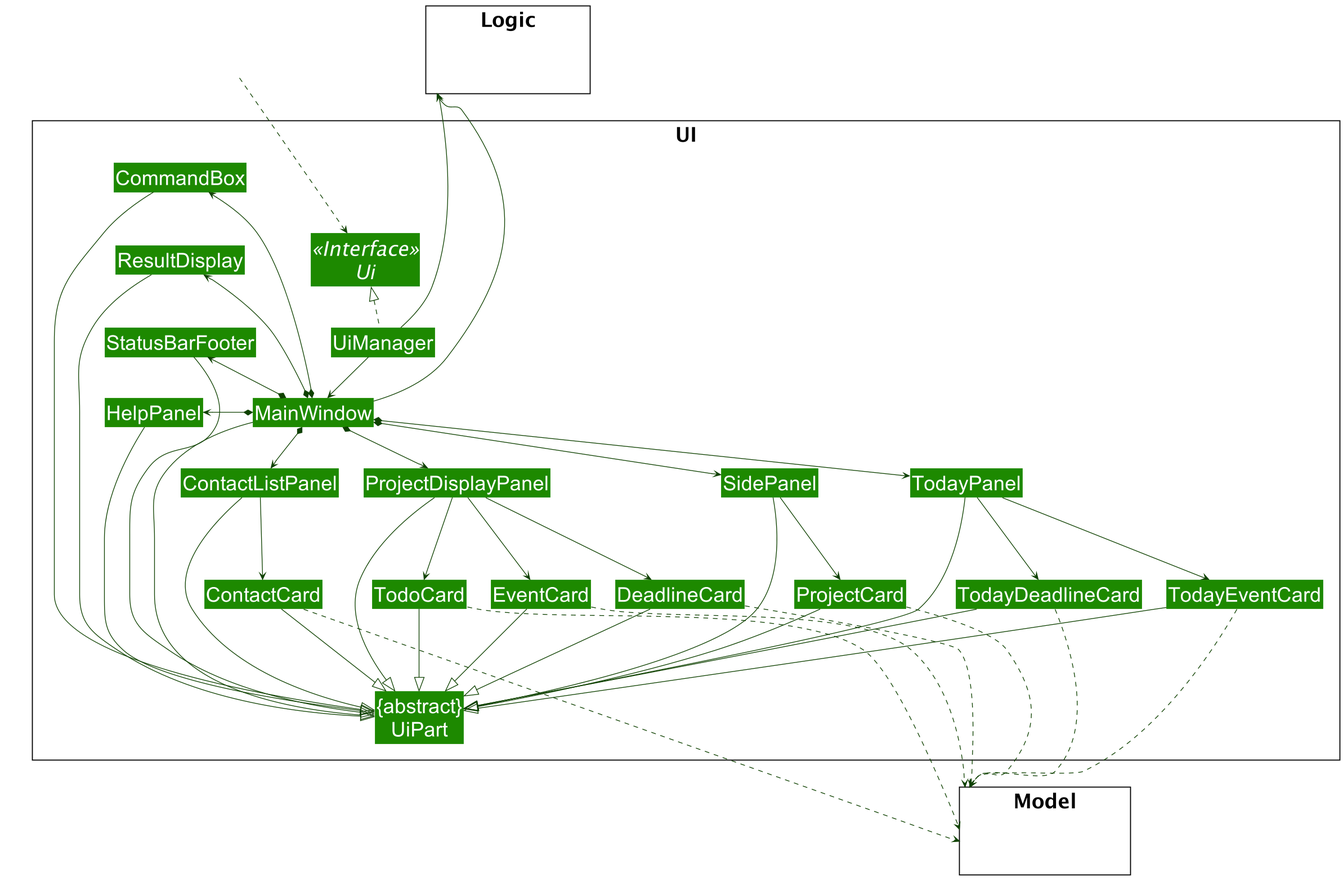
The PlantUML diagram docs/images/UiClassDiagram.png in nus-cs2103-AY2021S2/tp, before a commit.
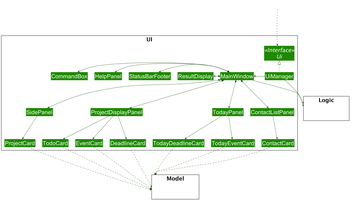
After the commit.

What changed in the source:
```diff
@@ -7,7 +7,6 @@
 
 package UI <<Rectangle>>{
 Interface Ui <<Interface>>
-Class "{abstract}\nUiPart" as UiPart
 Class UiManager
 Class MainWindow
 Class SidePanel
@@ -36,37 +35,19 @@
 }
 
 Class HiddenOutside #FFFFFF
-HiddenOutside ...> Ui
-
-UI -[hidden]up- HiddenOutside
+HiddenOutside ..> Ui
 
 UiManager .up.|> Ui
-UiManager -down-> MainWindow
+UiManager -left--> MainWindow
 
-MainWindow *-left> HelpPanel
-MainWindow *-left> CommandBox
-MainWindow *-left> ResultDisplay
-MainWindow *-left> StatusBarFooter
-MainWindow *-down> SidePanel
-MainWindow *-down> TodayPanel
-MainWindow *-right> ProjectDisplayPanel
-MainWindow *-down-> ContactListPanel
-
-ResultDisplay ---|> UiPart
-CommandBox ---|> UiPart
-ContactListPanel ---|> UiPart
-ContactCard ---|> UiPart
-SidePanel ---|> UiPart
-ProjectCard ---|> UiPart
-TodayPanel ---|> UiPart
-ProjectDisplayPanel ---|> UiPart
-StatusBarFooter ---|> UiPart
-TodayEventCard ---|> UiPart
-TodayDeadlineCard ---|> UiPart
-EventCard ---|> UiPart
-DeadlineCard ---|> UiPart
-TodoCard ---|> UiPart
-HelpPanel ---|> UiPart
+MainWindow *--left-> HelpPanel
+MainWindow *--left-> CommandBox
+MainWindow *--left-> ResultDisplay
+MainWindow *--left-> StatusBarFooter
+MainWindow *--down-> SidePanel
+MainWindow *--down-> TodayPanel
+MainWindow *--down-> ProjectDisplayPanel
+MainWindow *--down-> ContactListPanel
 
 ContactListPanel ---> ContactCard
 SidePanel ---> ProjectCard
@@ -76,25 +57,19 @@
 TodayPanel ---> TodayDeadlineCard
 TodayPanel ---> TodayEventCard
 
-ContactCard .down.> Model
-ProjectCard .down.> Model
-EventCard .down.> Model
-DeadlineCard .down.> Model
-TodoCard .down.> Model
-TodayDeadlineCard .down.> Model
-TodayEventCard .down.> Model
+ContactCard .down...> Model
+ProjectCard .down...> Model
+EventCard .down...> Model
+DeadlineCard .down...> Model
+TodoCard .down...> Model
+TodayDeadlineCard .down...> Model
+TodayEventCard .down...> Model
 
-MainWindow ---|> UiPart
+UiManager -down--> Logic
+MainWindow -down--> Logic
 
-UiManager -up-> Logic
-MainWindow -up-> Logic
-
-HelpPanel -[hidden]up- StatusBarFooter
-StatusBarFooter -[hidden]up- ResultDisplay
-ResultDisplay -[hidden]up- CommandBox
-HiddenOutside -[hidden]up- UiManager
-HiddenOutside -[hidden]left- Logic
-UiPart -[hidden]down- Model
-Ui -[hidden]up-- Logic
+Ui -[hidden]right--- Model
+Ui -[hidden]up--- HiddenOutside
+Ui -[hidden]up Logic
 
 @enduml
```
